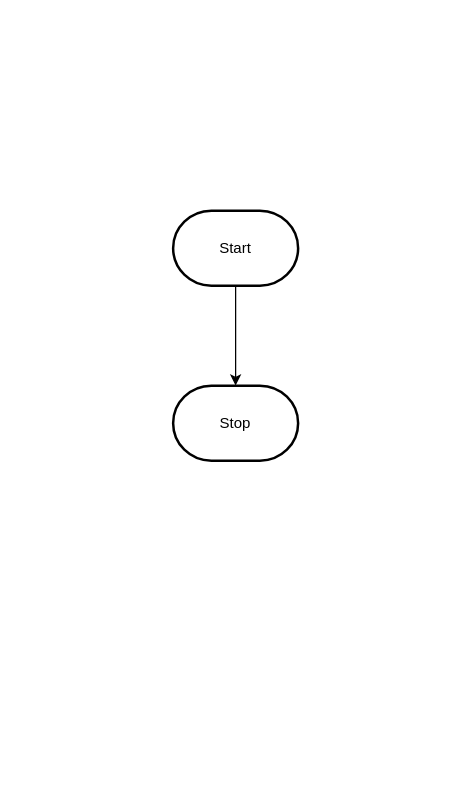
Before: design/flowchart.drawio in MTHS-ICD2O-1-2023/ICD2O-Unit-5-02-nathan-desilva, a draw.io diagram. Source tidied: cells renumbered, new cells numbered last; positions are measured from the earlier drawing's top-left corner, leaving out a move shared by most shapes. Both pictures are drawn from the tidied source at 125%, with x=0, y=0 at pixel (172, 210).
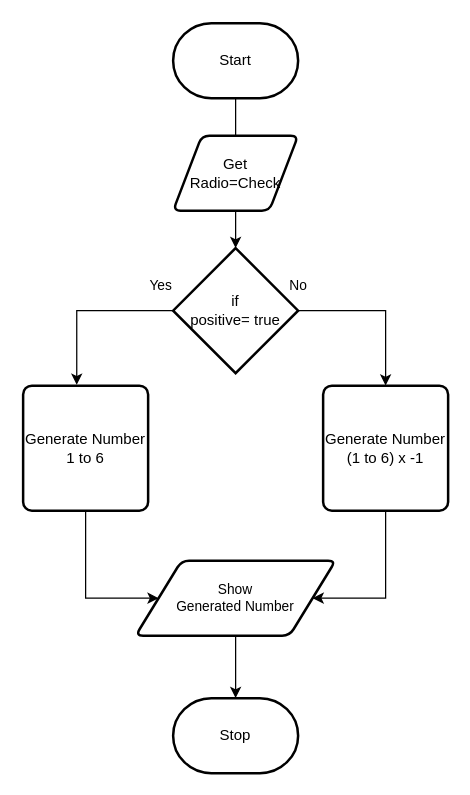
The same diagram, later.

What changed in the source:
```diff
@@
-    <mxCell id="2" style="edgeStyle=orthogonalEdgeStyle;html=1;rounded=0;" parent="1" edge="1" source="3" target="4">
+    <mxCell id="2" style="edgeStyle=orthogonalEdgeStyle;html=1;rounded=0;entryX=0.5;entryY=0;entryDx=0;entryDy=0;entryPerimeter=0;startArrow=none;" parent="1" edge="1" source="9" target="7">
       <mxGeometry relative="1" as="geometry" />
     </mxCell>
     <mxCell id="3" value="Start" style="strokeWidth=2;html=1;shape=mxgraph.flowchart.terminator;whiteSpace=wrap;" parent="1" vertex="1">
-      <mxGeometry width="100" height="60" as="geometry" />
+      <mxGeometry y="-150" width="100" height="60" as="geometry" />
     </mxCell>
     <mxCell id="4" value="Stop" style="strokeWidth=2;html=1;shape=mxgraph.flowchart.terminator;whiteSpace=wrap;" parent="1" vertex="1">
-      <mxGeometry y="140" width="100" height="60" as="geometry" />
+      <mxGeometry y="390" width="100" height="60" as="geometry" />
     </mxCell>
+    <mxCell id="5" style="edgeStyle=orthogonalEdgeStyle;html=1;entryX=0.429;entryY=-0.007;entryDx=0;entryDy=0;entryPerimeter=0;rounded=0;" parent="1" edge="1" source="7" target="11">
+      <mxGeometry relative="1" as="geometry" />
+    </mxCell>
+    <mxCell id="6" style="edgeStyle=orthogonalEdgeStyle;shape=connector;rounded=0;html=1;labelBackgroundColor=default;strokeColor=default;fontFamily=Helvetica;fontSize=11;fontColor=default;endArrow=classic;" parent="1" edge="1" source="7" target="13">
+      <mxGeometry relative="1" as="geometry" />
+    </mxCell>
+    <mxCell id="7" value="if&lt;br&gt;positive= true" style="strokeWidth=2;html=1;shape=mxgraph.flowchart.decision;whiteSpace=wrap;" parent="1" vertex="1">
+      <mxGeometry y="30" width="100" height="100" as="geometry" />
+    </mxCell>
+    <mxCell id="8" style="edgeStyle=orthogonalEdgeStyle;html=1;rounded=0;entryX=0.5;entryY=0;entryDx=0;entryDy=0;entryPerimeter=0;endArrow=none;" parent="1" edge="1" source="3" target="9">
+      <mxGeometry relative="1" as="geometry" />
+    </mxCell>
+    <mxCell id="9" value="Get&lt;br&gt;Radio=Check" style="shape=parallelogram;html=1;strokeWidth=2;perimeter=parallelogramPerimeter;whiteSpace=wrap;rounded=1;arcSize=12;size=0.23;" parent="1" vertex="1">
+      <mxGeometry y="-60" width="100" height="60" as="geometry" />
+    </mxCell>
+    <mxCell id="10" style="edgeStyle=orthogonalEdgeStyle;shape=connector;rounded=0;html=1;labelBackgroundColor=default;strokeColor=default;fontFamily=Helvetica;fontSize=11;fontColor=default;endArrow=classic;entryX=0;entryY=0.5;entryDx=0;entryDy=0;" parent="1" edge="1" source="11" target="15">
+      <mxGeometry relative="1" as="geometry">
+        <Array as="points">
+          <mxPoint x="-70" y="310" />
+        </Array>
+      </mxGeometry>
+    </mxCell>
+    <mxCell id="11" value="Generate Number&lt;br&gt;1 to 6" style="rounded=1;whiteSpace=wrap;html=1;absoluteArcSize=1;arcSize=14;strokeWidth=2;" parent="1" vertex="1">
+      <mxGeometry x="-120" y="140" width="100" height="100" as="geometry" />
+    </mxCell>
+    <mxCell id="12" style="edgeStyle=orthogonalEdgeStyle;shape=connector;rounded=0;html=1;entryX=1;entryY=0.5;entryDx=0;entryDy=0;labelBackgroundColor=default;strokeColor=default;fontFamily=Helvetica;fontSize=11;fontColor=default;endArrow=classic;" parent="1" edge="1" source="13" target="15">
+      <mxGeometry relative="1" as="geometry">
+        <Array as="points">
+          <mxPoint x="170" y="310" />
+        </Array>
+      </mxGeometry>
+    </mxCell>
+    <mxCell id="13" value="Generate Number&lt;br&gt;(1 to 6) x -1" style="rounded=1;whiteSpace=wrap;html=1;absoluteArcSize=1;arcSize=14;strokeWidth=2;" parent="1" vertex="1">
+      <mxGeometry x="120" y="140" width="100" height="100" as="geometry" />
+    </mxCell>
+    <mxCell id="14" style="edgeStyle=orthogonalEdgeStyle;shape=connector;rounded=0;html=1;labelBackgroundColor=default;strokeColor=default;fontFamily=Helvetica;fontSize=11;fontColor=default;endArrow=classic;" parent="1" edge="1" source="15" target="4">
+      <mxGeometry relative="1" as="geometry" />
+    </mxCell>
+    <mxCell id="15" value="Show&lt;br&gt;Generated Number" style="shape=parallelogram;html=1;strokeWidth=2;perimeter=parallelogramPerimeter;whiteSpace=wrap;rounded=1;arcSize=12;size=0.23;fontFamily=Helvetica;fontSize=11;fontColor=default;" parent="1" vertex="1">
+      <mxGeometry x="-30" y="280" width="160" height="60" as="geometry" />
+    </mxCell>
+    <mxCell id="16" value="Yes" style="text;html=1;align=center;verticalAlign=middle;strokeColor=none;fillColor=none;fontSize=11;fontFamily=Helvetica;fontColor=default;" parent="1" vertex="1">
+      <mxGeometry x="-30" y="45" width="40" height="30" as="geometry" />
+    </mxCell>
+    <mxCell id="17" value="No" style="text;html=1;align=center;verticalAlign=middle;strokeColor=none;fillColor=none;fontSize=11;fontFamily=Helvetica;fontColor=default;" parent="1" vertex="1">
+      <mxGeometry x="80" y="45" width="40" height="30" as="geometry" />
+    </mxCell>
```
